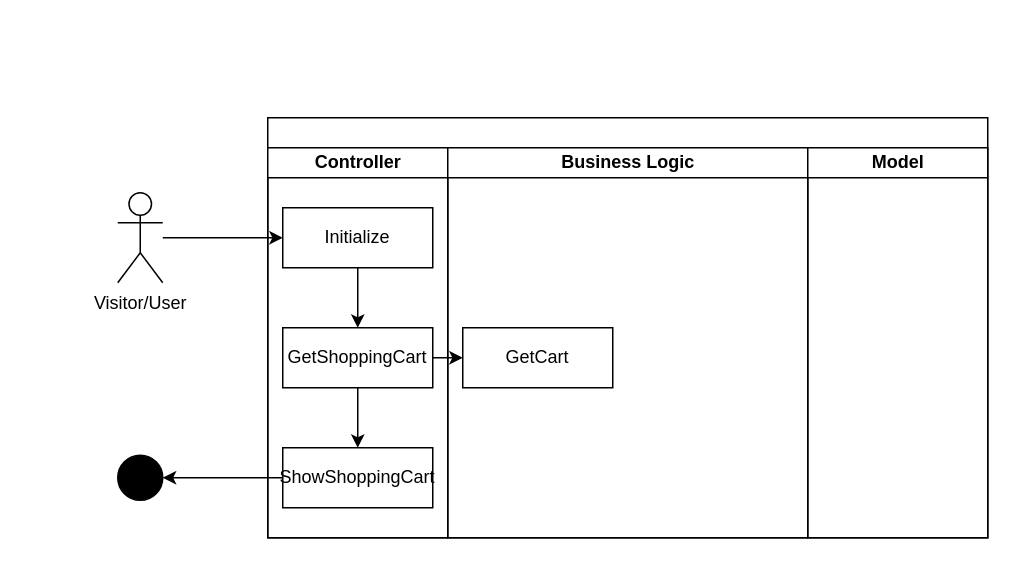
This is diagrams/ASD/viewShoppingcart.drawio from JochemGrootherder/educom-webshop-runtime-records, a draw.io file, before an edit. Source tidied: cells renumbered, new cells numbered last; positions are measured from the earlier drawing's top-left corner, leaving out a move shared by most shapes. Both pictures are drawn from the tidied source at 150%, with x=0, y=0 at pixel (117, 117).
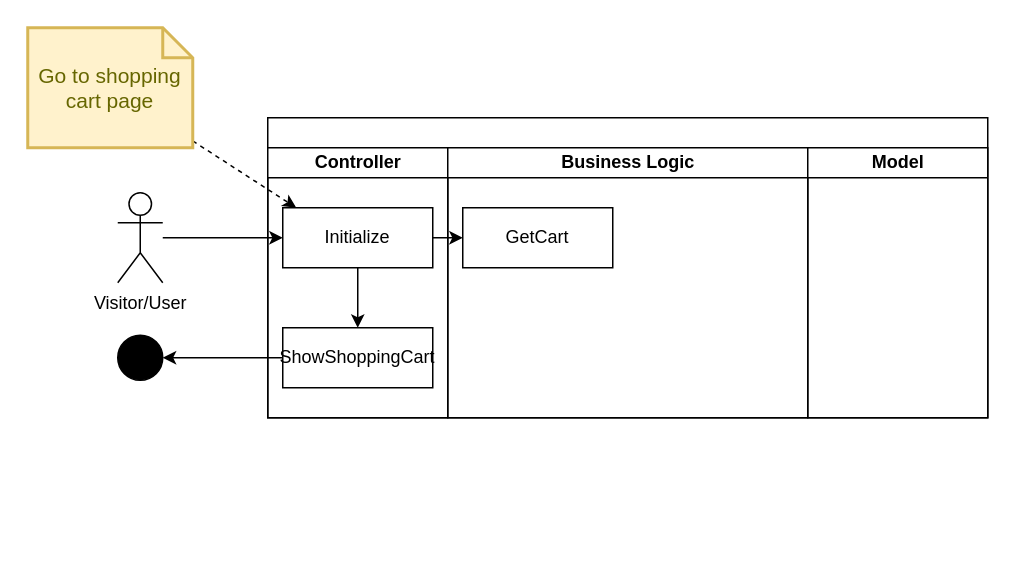
After the change.

What changed in the source:
```diff
@@
 <mxGraphModel>
   <root>
     <mxCell id="0" />
     <mxCell id="1" parent="0" />
     <mxCell id="2" style="swimlane;startSize=20;html=1;" parent="1" vertex="1">
-      <mxGeometry x="100" width="480" height="280" as="geometry" />
+      <mxGeometry x="100" width="480" height="200" as="geometry" />
     </mxCell>
     <mxCell id="3" value="Controller" style="swimlane;startSize=20;html=1;" parent="2" vertex="1">
-      <mxGeometry y="20" width="120" height="260" as="geometry" />
+      <mxGeometry y="20" width="120" height="180" as="geometry" />
     </mxCell>
-    <mxCell id="4" style="edgeStyle=none;html=1;" parent="3" edge="1" source="5" target="7">
-      <mxGeometry relative="1" as="geometry" />
+    <mxCell id="4" style="edgeStyle=none;html=1;" parent="3" edge="1" source="5">
+      <mxGeometry relative="1" as="geometry">
+        <mxPoint x="60" y="120" as="targetPoint" />
+      </mxGeometry>
     </mxCell>
     <mxCell id="5" value="Initialize" style="rounded=0;whiteSpace=wrap;html=1;" parent="3" vertex="1">
       <mxGeometry x="10" y="40" width="100" height="40" as="geometry" />
     </mxCell>
-    <mxCell id="6" style="edgeStyle=orthogonalEdgeStyle;html=1;fontSize=15;" parent="3" edge="1" source="7" target="8">
-      <mxGeometry relative="1" as="geometry" />
-    </mxCell>
-    <mxCell id="7" value="GetShoppingCart" style="rounded=0;whiteSpace=wrap;html=1;" parent="3" vertex="1">
-      <mxGeometry x="10" y="120" width="100" height="40" as="geometry" />
-    </mxCell>
     <mxCell id="8" value="ShowShoppingCart" style="rounded=0;whiteSpace=wrap;html=1;" parent="3" vertex="1">
-      <mxGeometry x="10" y="200" width="100" height="40" as="geometry" />
+      <mxGeometry x="10" y="120" width="100" height="40" as="geometry" />
     </mxCell>
     <mxCell id="9" value="Business Logic" style="swimlane;startSize=20;html=1;" parent="2" vertex="1">
-      <mxGeometry x="120" y="20" width="240" height="260" as="geometry" />
+      <mxGeometry x="120" y="20" width="240" height="180" as="geometry" />
     </mxCell>
     <mxCell id="10" value="GetCart" style="rounded=0;whiteSpace=wrap;html=1;" parent="9" vertex="1">
-      <mxGeometry x="10" y="120" width="100" height="40" as="geometry" />
+      <mxGeometry x="10" y="40" width="100" height="40" as="geometry" />
     </mxCell>
     <mxCell id="11" value="Model" style="swimlane;startSize=20;html=1;" parent="2" vertex="1">
-      <mxGeometry x="360" y="20" width="120" height="260" as="geometry" />
+      <mxGeometry x="360" y="20" width="120" height="180" as="geometry" />
     </mxCell>
-    <mxCell id="12" style="edgeStyle=none;html=1;" parent="2" edge="1" source="7" target="10">
+    <mxCell id="12" style="edgeStyle=none;html=1;" parent="2" edge="1" source="5" target="10">
       <mxGeometry relative="1" as="geometry" />
     </mxCell>
     <mxCell id="13" style="edgeStyle=none;html=1;" parent="1" edge="1" source="14" target="5">
       <mxGeometry relative="1" as="geometry" />
     </mxCell>
     <mxCell id="14" value="Visitor/User" style="shape=umlActor;verticalLabelPosition=bottom;verticalAlign=top;html=1;outlineConnect=0;" parent="1" vertex="1">
       <mxGeometry y="50" width="30" height="60" as="geometry" />
     </mxCell>
     <mxCell id="15" style="ellipse;fillColor=strokeColor;fontSize=15;" parent="1" vertex="1">
-      <mxGeometry y="225" width="30" height="30" as="geometry" />
+      <mxGeometry y="145" width="30" height="30" as="geometry" />
     </mxCell>
     <mxCell id="16" style="edgeStyle=orthogonalEdgeStyle;html=1;fontSize=15;" parent="1" edge="1" source="8" target="15">
       <mxGeometry relative="1" as="geometry" />
     </mxCell>
+    <mxCell id="17" style="edgeStyle=none;html=1;dashed=1;" parent="1" edge="1" source="18">
+      <mxGeometry relative="1" as="geometry">
+        <mxPoint x="119" y="60" as="targetPoint" />
+      </mxGeometry>
+    </mxCell>
+    <mxCell id="18" value="Go to shopping cart page" style="shape=note;strokeWidth=2;fontSize=14;size=20;whiteSpace=wrap;html=1;fillColor=#fff2cc;strokeColor=#d6b656;fontColor=#666600;" parent="1" vertex="1">
+      <mxGeometry x="-60" y="-60" width="110" height="80" as="geometry" />
+    </mxCell>
   </root>
 </mxGraphModel>
```
